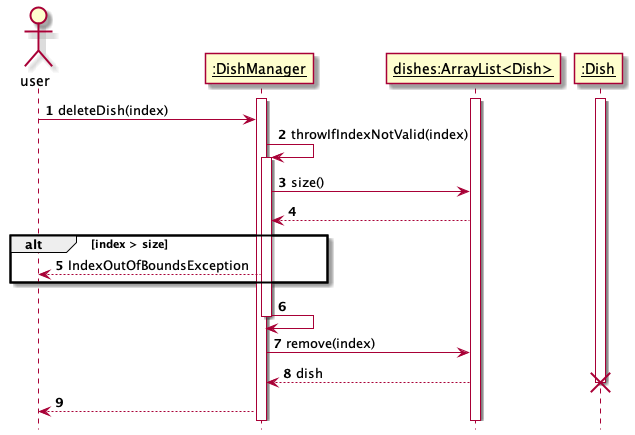
Earlier version of the PlantUML export docs/diagrams/sqeuence/DishManager_deleteDish.png (nus-cs2113-AY2122S2/tp). Its diagram source:
```plantuml
@startuml

autonumber
hide footbox

actor user
participant "__:DishManager__" as dishmanager
participant "__dishes:ArrayList<Dish>__" as dishes
participant "__:Dish__" as dish

activate dishmanager
activate dishes
activate dish

user -> dishmanager: deleteDish(index)

dishmanager -> dishmanager: throwIfIndexNotValid(index)
activate dishmanager

dishmanager -> dishes: size()
dishes --> dishmanager

group alt [index > size]
dishmanager --> user: IndexOutOfBoundsException
end

dishmanager -> dishmanager
deactivate dishmanager

dishmanager -> dishes: remove(index)
dishes --> dishmanager: dish
deactivate dish
destroy dish
dishmanager --> user
@enduml
```
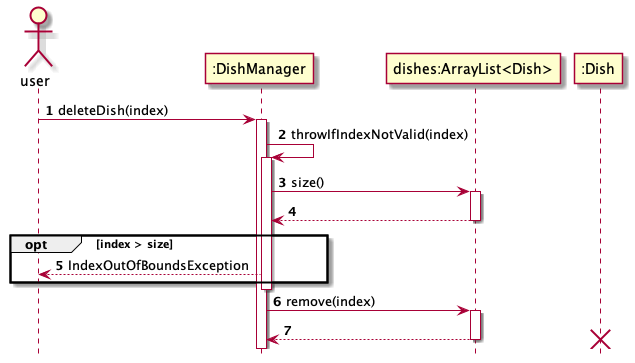
The same file after the commit.

Change to the diagram source:
```diff
@@ -4,32 +4,31 @@
 hide footbox
 
 actor user
-participant "__:DishManager__" as dishmanager
-participant "__dishes:ArrayList<Dish>__" as dishes
-participant "__:Dish__" as dish
+participant ":DishManager" as dishmanager
+participant "dishes:ArrayList<Dish>" as dishes
+participant ":Dish" as dish
 
-activate dishmanager
-activate dishes
-activate dish
 
 user -> dishmanager: deleteDish(index)
+activate dishmanager
 
 dishmanager -> dishmanager: throwIfIndexNotValid(index)
 activate dishmanager
 
 dishmanager -> dishes: size()
+activate dishes
 dishes --> dishmanager
-
-group alt [index > size]
+deactivate dishes
+group opt [index > size]
 dishmanager --> user: IndexOutOfBoundsException
 end
 
-dishmanager -> dishmanager
 deactivate dishmanager
 
 dishmanager -> dishes: remove(index)
-dishes --> dishmanager: dish
+activate dishes
+dishes --> dishmanager
+deactivate dishes
 deactivate dish
 destroy dish
-dishmanager --> user
 @enduml
```
